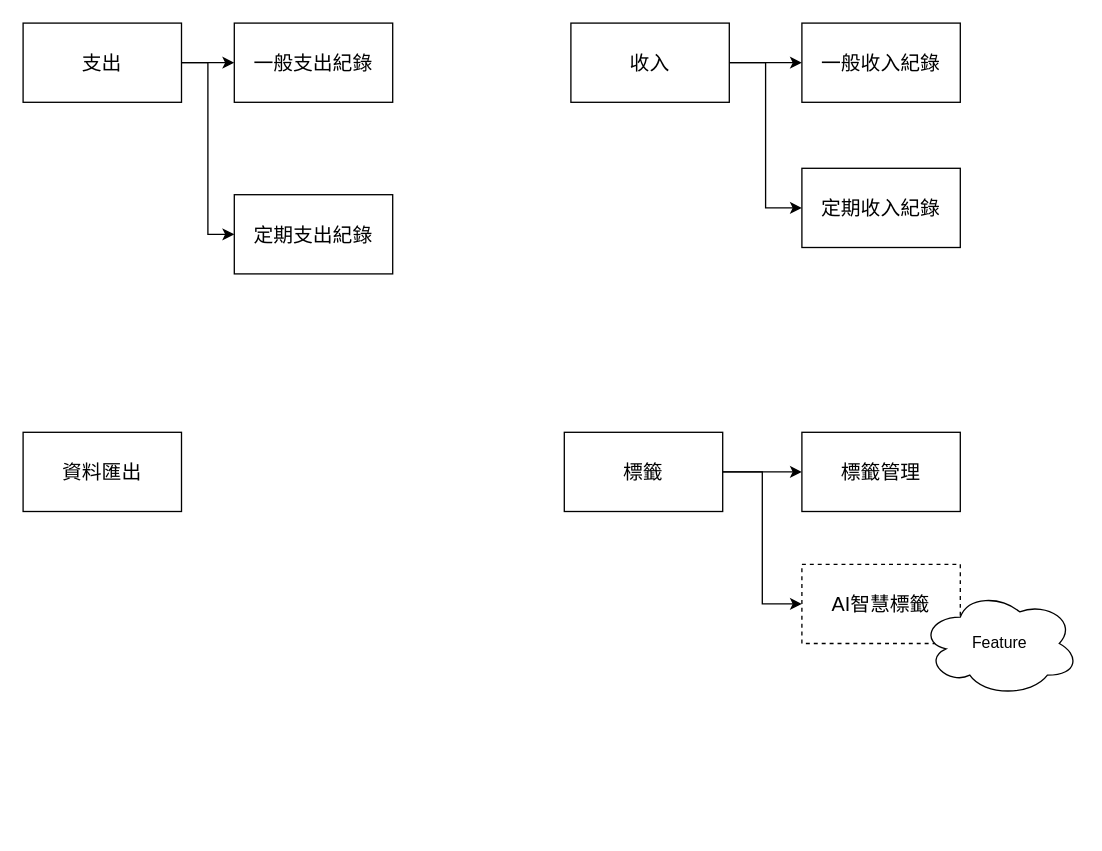
The draw.io diagram page "Level2" (2 of 5) of MyBookKeeper.drawio in TanaChu0409/book-keeper, before the edit. Source tidied: cells renumbered, new cells numbered last; positions are measured from the earlier drawing's top-left corner, leaving out a move shared by most shapes. Both pictures are drawn from the tidied source at 132%, with x=0, y=0 at pixel (22, 22).
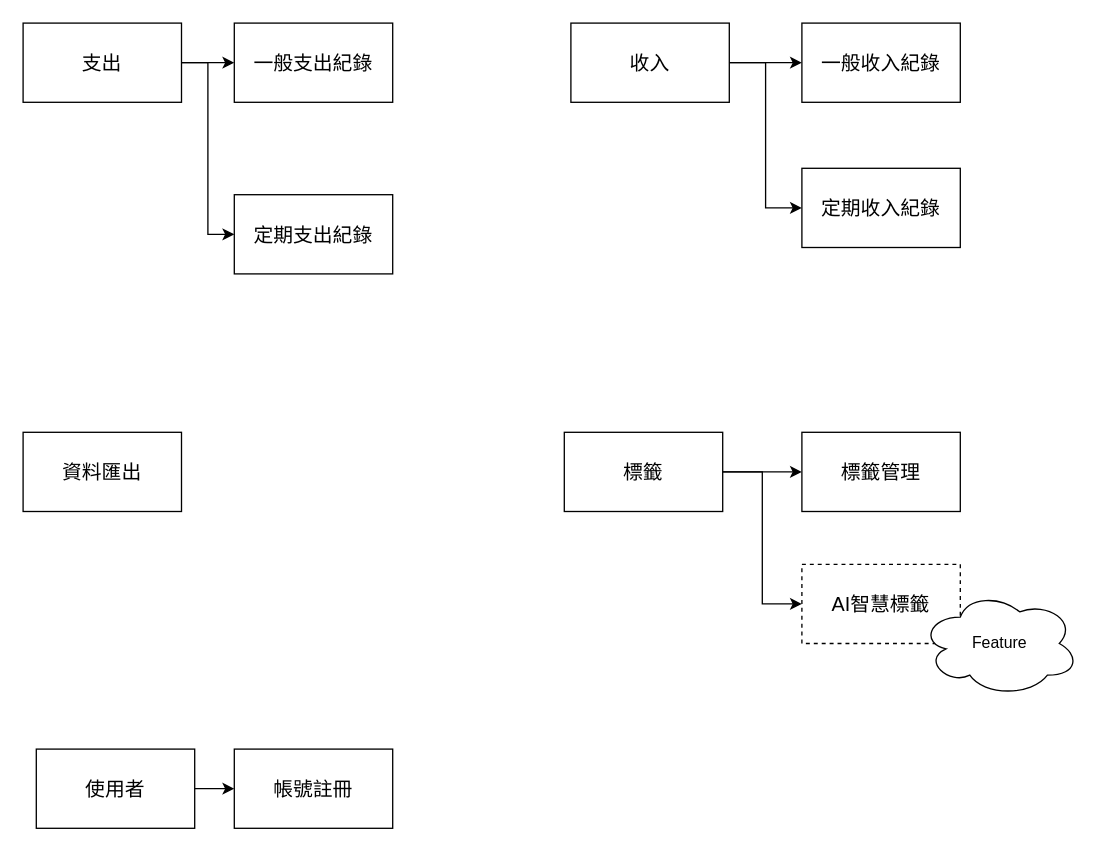
After the change.

Change to the diagram source:
```diff
@@
+    <mxCell id="19" style="edgeStyle=orthogonalEdgeStyle;rounded=0;jettySize=auto;html=1;" parent="1" edge="1" source="20" target="21">
+      <mxGeometry relative="1" as="geometry" />
+    </mxCell>
+    <mxCell id="20" value="使用者" style="rounded=0;whiteSpace=wrap;html=1;fontSize=15;" parent="1" vertex="1">
+      <mxGeometry x="10" y="550" width="120" height="60" as="geometry" />
+    </mxCell>
+    <mxCell id="21" value="帳號註冊" style="rounded=0;whiteSpace=wrap;html=1;fontSize=15;" parent="1" vertex="1">
+      <mxGeometry x="160" y="550" width="120" height="60" as="geometry" />
+    </mxCell>
```
